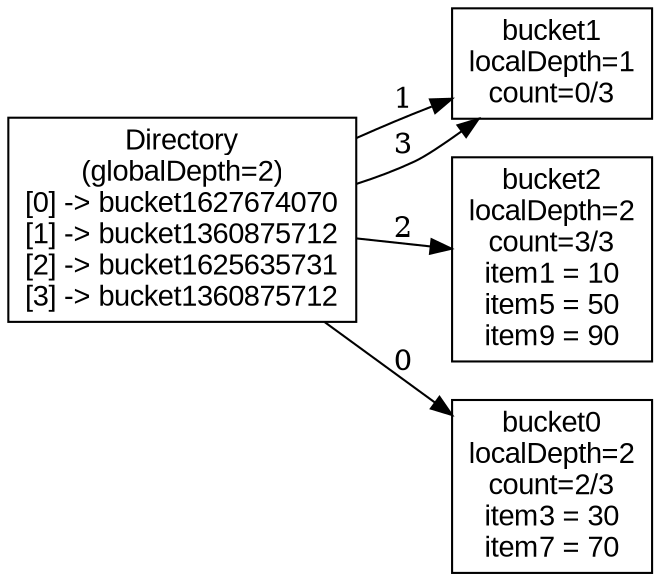
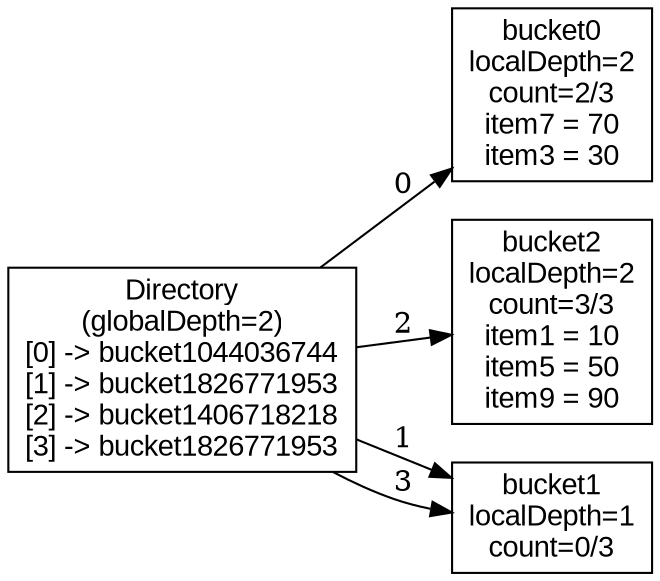
digraph "test5_full_after_removes" {
  rankdir=LR;
  node [shape=box, fontname=Arial];
-   dir [label="Directory\n(globalDepth=2)\n[0] -> bucket1627674070\n[1] -> bucket1360875712\n[2] -> bucket1625635731\n[3] -> bucket1360875712\n"];
+   dir [label="Directory\n(globalDepth=2)\n[0] -> bucket1044036744\n[1] -> bucket1826771953\n[2] -> bucket1406718218\n[3] -> bucket1826771953\n"];
+   bucket0 [label="bucket0\nlocalDepth=2\ncount=2/3\nitem7 = 70\nitem3 = 30\n"];
+   bucket2 [label="bucket2\nlocalDepth=2\ncount=3/3\nitem1 = 10\nitem5 = 50\nitem9 = 90\n"];
  bucket1 [label="bucket1\nlocalDepth=1\ncount=0/3\n"];
-   bucket2 [label="bucket2\nlocalDepth=2\ncount=3/3\nitem1 = 10\nitem5 = 50\nitem9 = 90\n"];
-   bucket0 [label="bucket0\nlocalDepth=2\ncount=2/3\nitem3 = 30\nitem7 = 70\n"];
  dir -> bucket0 [label="0"];
  dir -> bucket1 [label="1"];
  dir -> bucket2 [label="2"];
  dir -> bucket1 [label="3"];
}
